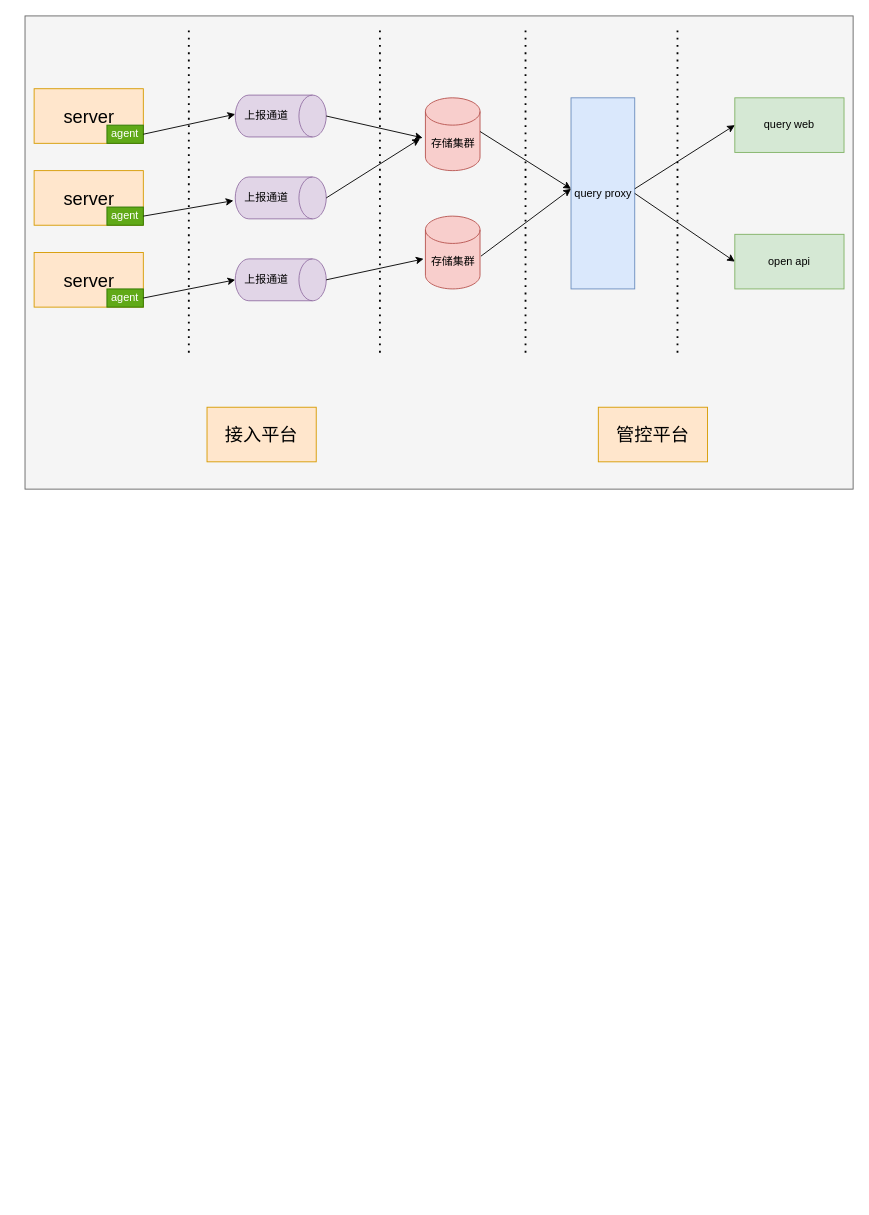
Before: log_platform.drawio in eric-caiyao/darw_io, a draw.io diagram. Source tidied: cells renumbered, new cells numbered last; positions are measured from the earlier drawing's top-left corner, leaving out a move shared by most shapes. Both pictures are drawn from the tidied source at 91%, with x=0, y=0 at pixel (25, 15).
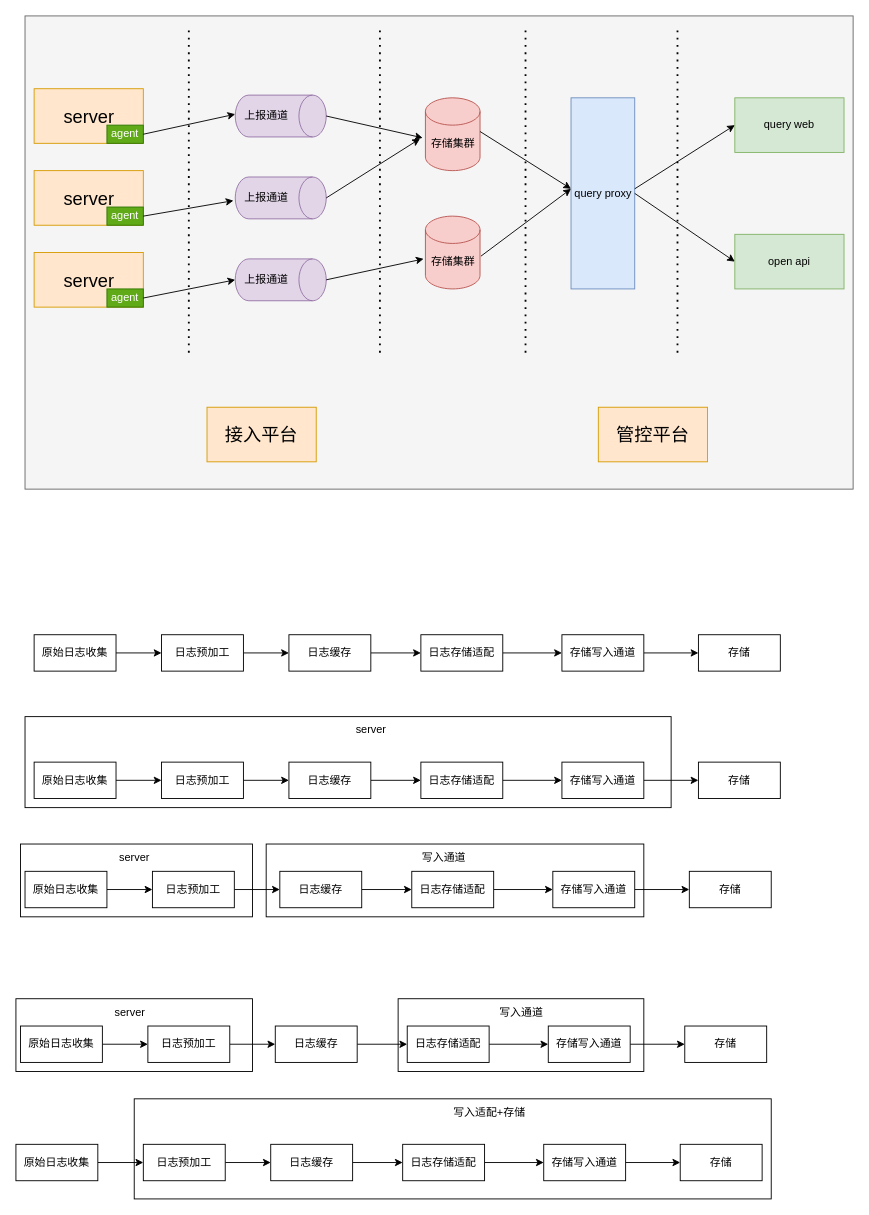
The same diagram, later.

The edit, as a diff of the source:
```diff
@@
+    <mxCell id="42" style="whiteSpace=wrap;html=1;" parent="1" vertex="1">
+      <mxGeometry x="120" y="1190" width="700" height="110" as="geometry" />
+    </mxCell>
+    <mxCell id="43" style="whiteSpace=wrap;html=1;" parent="1" vertex="1">
+      <mxGeometry x="410" y="1080" width="270" height="80" as="geometry" />
+    </mxCell>
+    <mxCell id="44" style="whiteSpace=wrap;html=1;" parent="1" vertex="1">
+      <mxGeometry x="-10" y="1080" width="260" height="80" as="geometry" />
+    </mxCell>
+    <mxCell id="45" style="whiteSpace=wrap;html=1;" parent="1" vertex="1">
+      <mxGeometry x="265" y="910" width="415" height="80" as="geometry" />
+    </mxCell>
+    <mxCell id="46" style="whiteSpace=wrap;html=1;" parent="1" vertex="1">
+      <mxGeometry x="-5" y="910" width="255" height="80" as="geometry" />
+    </mxCell>
+    <mxCell id="47" style="whiteSpace=wrap;html=1;" parent="1" vertex="1">
+      <mxGeometry y="770" width="710" height="100" as="geometry" />
+    </mxCell>
@@
+    <mxCell id="48" style="edgeStyle=orthogonalEdgeStyle;rounded=0;jettySize=auto;html=1;exitX=1;exitY=0.5;exitDx=0;exitDy=0;entryX=0;entryY=0.5;entryDx=0;entryDy=0;" parent="1" edge="1" source="49" target="51">
+      <mxGeometry relative="1" as="geometry" />
+    </mxCell>
+    <mxCell id="49" value="原始日志收集" style="whiteSpace=wrap;html=1;" parent="1" vertex="1">
+      <mxGeometry x="10" y="680" width="90" height="40" as="geometry" />
+    </mxCell>
+    <mxCell id="50" style="edgeStyle=orthogonalEdgeStyle;rounded=0;jettySize=auto;html=1;exitX=1;exitY=0.5;exitDx=0;exitDy=0;entryX=0;entryY=0.5;entryDx=0;entryDy=0;" parent="1" edge="1" source="51" target="53">
+      <mxGeometry relative="1" as="geometry" />
+    </mxCell>
+    <mxCell id="51" value="日志预加工" style="whiteSpace=wrap;html=1;" parent="1" vertex="1">
+      <mxGeometry x="150" y="680" width="90" height="40" as="geometry" />
+    </mxCell>
+    <mxCell id="52" style="edgeStyle=orthogonalEdgeStyle;rounded=0;jettySize=auto;html=1;exitX=1;exitY=0.5;exitDx=0;exitDy=0;entryX=0;entryY=0.5;entryDx=0;entryDy=0;" parent="1" edge="1" source="53" target="55">
+      <mxGeometry relative="1" as="geometry" />
+    </mxCell>
+    <mxCell id="53" value="日志缓存" style="whiteSpace=wrap;html=1;" parent="1" vertex="1">
+      <mxGeometry x="290" y="680" width="90" height="40" as="geometry" />
+    </mxCell>
+    <mxCell id="54" style="edgeStyle=orthogonalEdgeStyle;rounded=0;jettySize=auto;html=1;exitX=1;exitY=0.5;exitDx=0;exitDy=0;entryX=0;entryY=0.5;entryDx=0;entryDy=0;" parent="1" edge="1" source="55" target="57">
+      <mxGeometry relative="1" as="geometry" />
+    </mxCell>
+    <mxCell id="55" value="日志存储适配" style="whiteSpace=wrap;html=1;" parent="1" vertex="1">
+      <mxGeometry x="435" y="680" width="90" height="40" as="geometry" />
+    </mxCell>
+    <mxCell id="56" style="edgeStyle=orthogonalEdgeStyle;rounded=0;jettySize=auto;html=1;exitX=1;exitY=0.5;exitDx=0;exitDy=0;entryX=0;entryY=0.5;entryDx=0;entryDy=0;" parent="1" edge="1" source="57" target="58">
+      <mxGeometry relative="1" as="geometry" />
+    </mxCell>
+    <mxCell id="57" value="存储写入通道" style="whiteSpace=wrap;html=1;" parent="1" vertex="1">
+      <mxGeometry x="590" y="680" width="90" height="40" as="geometry" />
+    </mxCell>
+    <mxCell id="58" value="存储" style="whiteSpace=wrap;html=1;" parent="1" vertex="1">
+      <mxGeometry x="740" y="680" width="90" height="40" as="geometry" />
+    </mxCell>
+    <mxCell id="59" style="edgeStyle=orthogonalEdgeStyle;rounded=0;jettySize=auto;html=1;exitX=1;exitY=0.5;exitDx=0;exitDy=0;entryX=0;entryY=0.5;entryDx=0;entryDy=0;" parent="1" edge="1" source="60" target="62">
+      <mxGeometry relative="1" as="geometry" />
+    </mxCell>
+    <mxCell id="60" value="原始日志收集" style="whiteSpace=wrap;html=1;" parent="1" vertex="1">
+      <mxGeometry x="10" y="820" width="90" height="40" as="geometry" />
+    </mxCell>
+    <mxCell id="61" style="edgeStyle=orthogonalEdgeStyle;rounded=0;jettySize=auto;html=1;exitX=1;exitY=0.5;exitDx=0;exitDy=0;entryX=0;entryY=0.5;entryDx=0;entryDy=0;" parent="1" edge="1" source="62" target="64">
+      <mxGeometry relative="1" as="geometry" />
+    </mxCell>
+    <mxCell id="62" value="日志预加工" style="whiteSpace=wrap;html=1;" parent="1" vertex="1">
+      <mxGeometry x="150" y="820" width="90" height="40" as="geometry" />
+    </mxCell>
+    <mxCell id="63" style="edgeStyle=orthogonalEdgeStyle;rounded=0;jettySize=auto;html=1;exitX=1;exitY=0.5;exitDx=0;exitDy=0;entryX=0;entryY=0.5;entryDx=0;entryDy=0;" parent="1" edge="1" source="64" target="66">
+      <mxGeometry relative="1" as="geometry" />
+    </mxCell>
+    <mxCell id="64" value="日志缓存" style="whiteSpace=wrap;html=1;" parent="1" vertex="1">
+      <mxGeometry x="290" y="820" width="90" height="40" as="geometry" />
+    </mxCell>
+    <mxCell id="65" style="edgeStyle=orthogonalEdgeStyle;rounded=0;jettySize=auto;html=1;exitX=1;exitY=0.5;exitDx=0;exitDy=0;entryX=0;entryY=0.5;entryDx=0;entryDy=0;" parent="1" edge="1" source="66" target="68">
+      <mxGeometry relative="1" as="geometry" />
+    </mxCell>
+    <mxCell id="66" value="日志存储适配" style="whiteSpace=wrap;html=1;" parent="1" vertex="1">
+      <mxGeometry x="435" y="820" width="90" height="40" as="geometry" />
+    </mxCell>
+    <mxCell id="67" style="edgeStyle=orthogonalEdgeStyle;rounded=0;jettySize=auto;html=1;exitX=1;exitY=0.5;exitDx=0;exitDy=0;entryX=0;entryY=0.5;entryDx=0;entryDy=0;" parent="1" edge="1" source="68" target="69">
+      <mxGeometry relative="1" as="geometry" />
+    </mxCell>
+    <mxCell id="68" value="存储写入通道" style="whiteSpace=wrap;html=1;" parent="1" vertex="1">
+      <mxGeometry x="590" y="820" width="90" height="40" as="geometry" />
+    </mxCell>
+    <mxCell id="69" value="存储" style="whiteSpace=wrap;html=1;" parent="1" vertex="1">
+      <mxGeometry x="740" y="820" width="90" height="40" as="geometry" />
+    </mxCell>
+    <mxCell id="70" value="server" style="text;html=1;align=center;verticalAlign=middle;strokeColor=none;fillColor=none;" parent="1" vertex="1">
+      <mxGeometry x="350" y="770" width="60" height="30" as="geometry" />
+    </mxCell>
+    <mxCell id="71" style="edgeStyle=orthogonalEdgeStyle;rounded=0;jettySize=auto;html=1;exitX=1;exitY=0.5;exitDx=0;exitDy=0;entryX=0;entryY=0.5;entryDx=0;entryDy=0;" parent="1" edge="1" source="72" target="74">
+      <mxGeometry relative="1" as="geometry" />
+    </mxCell>
+    <mxCell id="72" value="原始日志收集" style="whiteSpace=wrap;html=1;" parent="1" vertex="1">
+      <mxGeometry y="940" width="90" height="40" as="geometry" />
+    </mxCell>
+    <mxCell id="73" style="edgeStyle=orthogonalEdgeStyle;rounded=0;jettySize=auto;html=1;exitX=1;exitY=0.5;exitDx=0;exitDy=0;entryX=0;entryY=0.5;entryDx=0;entryDy=0;" parent="1" edge="1" source="74" target="76">
+      <mxGeometry relative="1" as="geometry" />
+    </mxCell>
+    <mxCell id="74" value="日志预加工" style="whiteSpace=wrap;html=1;" parent="1" vertex="1">
+      <mxGeometry x="140" y="940" width="90" height="40" as="geometry" />
+    </mxCell>
+    <mxCell id="75" style="edgeStyle=orthogonalEdgeStyle;rounded=0;jettySize=auto;html=1;exitX=1;exitY=0.5;exitDx=0;exitDy=0;entryX=0;entryY=0.5;entryDx=0;entryDy=0;" parent="1" edge="1" source="76" target="78">
+      <mxGeometry relative="1" as="geometry" />
+    </mxCell>
+    <mxCell id="76" value="日志缓存" style="whiteSpace=wrap;html=1;" parent="1" vertex="1">
+      <mxGeometry x="280" y="940" width="90" height="40" as="geometry" />
+    </mxCell>
+    <mxCell id="77" style="edgeStyle=orthogonalEdgeStyle;rounded=0;jettySize=auto;html=1;exitX=1;exitY=0.5;exitDx=0;exitDy=0;entryX=0;entryY=0.5;entryDx=0;entryDy=0;" parent="1" edge="1" source="78" target="80">
+      <mxGeometry relative="1" as="geometry" />
+    </mxCell>
+    <mxCell id="78" value="日志存储适配" style="whiteSpace=wrap;html=1;" parent="1" vertex="1">
+      <mxGeometry x="425" y="940" width="90" height="40" as="geometry" />
+    </mxCell>
+    <mxCell id="79" style="edgeStyle=orthogonalEdgeStyle;rounded=0;jettySize=auto;html=1;exitX=1;exitY=0.5;exitDx=0;exitDy=0;entryX=0;entryY=0.5;entryDx=0;entryDy=0;" parent="1" edge="1" source="80" target="81">
+      <mxGeometry relative="1" as="geometry" />
+    </mxCell>
+    <mxCell id="80" value="存储写入通道" style="whiteSpace=wrap;html=1;" parent="1" vertex="1">
+      <mxGeometry x="580" y="940" width="90" height="40" as="geometry" />
+    </mxCell>
+    <mxCell id="81" value="存储" style="whiteSpace=wrap;html=1;" parent="1" vertex="1">
+      <mxGeometry x="730" y="940" width="90" height="40" as="geometry" />
+    </mxCell>
+    <mxCell id="82" value="server" style="text;html=1;align=center;verticalAlign=middle;strokeColor=none;fillColor=none;" parent="1" vertex="1">
+      <mxGeometry x="90" y="910" width="60" height="30" as="geometry" />
+    </mxCell>
+    <mxCell id="83" value="写入通道" style="text;html=1;align=center;verticalAlign=middle;strokeColor=none;fillColor=none;" parent="1" vertex="1">
+      <mxGeometry x="425" y="910" width="70" height="30" as="geometry" />
+    </mxCell>
+    <mxCell id="84" style="edgeStyle=orthogonalEdgeStyle;rounded=0;jettySize=auto;html=1;exitX=1;exitY=0.5;exitDx=0;exitDy=0;entryX=0;entryY=0.5;entryDx=0;entryDy=0;" parent="1" edge="1" source="85" target="87">
+      <mxGeometry relative="1" as="geometry" />
+    </mxCell>
+    <mxCell id="85" value="原始日志收集" style="whiteSpace=wrap;html=1;" parent="1" vertex="1">
+      <mxGeometry x="-5" y="1110" width="90" height="40" as="geometry" />
+    </mxCell>
+    <mxCell id="86" style="edgeStyle=orthogonalEdgeStyle;rounded=0;jettySize=auto;html=1;exitX=1;exitY=0.5;exitDx=0;exitDy=0;entryX=0;entryY=0.5;entryDx=0;entryDy=0;" parent="1" edge="1" source="87" target="89">
+      <mxGeometry relative="1" as="geometry" />
+    </mxCell>
+    <mxCell id="87" value="日志预加工" style="whiteSpace=wrap;html=1;" parent="1" vertex="1">
+      <mxGeometry x="135" y="1110" width="90" height="40" as="geometry" />
+    </mxCell>
+    <mxCell id="88" style="edgeStyle=orthogonalEdgeStyle;rounded=0;jettySize=auto;html=1;exitX=1;exitY=0.5;exitDx=0;exitDy=0;entryX=0;entryY=0.5;entryDx=0;entryDy=0;" parent="1" edge="1" source="89" target="91">
+      <mxGeometry relative="1" as="geometry" />
+    </mxCell>
+    <mxCell id="89" value="日志缓存" style="whiteSpace=wrap;html=1;" parent="1" vertex="1">
+      <mxGeometry x="275" y="1110" width="90" height="40" as="geometry" />
+    </mxCell>
+    <mxCell id="90" style="edgeStyle=orthogonalEdgeStyle;rounded=0;jettySize=auto;html=1;exitX=1;exitY=0.5;exitDx=0;exitDy=0;entryX=0;entryY=0.5;entryDx=0;entryDy=0;" parent="1" edge="1" source="91" target="93">
+      <mxGeometry relative="1" as="geometry" />
+    </mxCell>
+    <mxCell id="91" value="日志存储适配" style="whiteSpace=wrap;html=1;" parent="1" vertex="1">
+      <mxGeometry x="420" y="1110" width="90" height="40" as="geometry" />
+    </mxCell>
+    <mxCell id="92" style="edgeStyle=orthogonalEdgeStyle;rounded=0;jettySize=auto;html=1;exitX=1;exitY=0.5;exitDx=0;exitDy=0;entryX=0;entryY=0.5;entryDx=0;entryDy=0;" parent="1" edge="1" source="93" target="94">
+      <mxGeometry relative="1" as="geometry" />
+    </mxCell>
+    <mxCell id="93" value="存储写入通道" style="whiteSpace=wrap;html=1;" parent="1" vertex="1">
+      <mxGeometry x="575" y="1110" width="90" height="40" as="geometry" />
+    </mxCell>
+    <mxCell id="94" value="存储" style="whiteSpace=wrap;html=1;" parent="1" vertex="1">
+      <mxGeometry x="725" y="1110" width="90" height="40" as="geometry" />
+    </mxCell>
+    <mxCell id="95" value="server" style="text;html=1;align=center;verticalAlign=middle;strokeColor=none;fillColor=none;" parent="1" vertex="1">
+      <mxGeometry x="85" y="1080" width="60" height="30" as="geometry" />
+    </mxCell>
+    <mxCell id="96" value="写入通道" style="text;html=1;align=center;verticalAlign=middle;strokeColor=none;fillColor=none;" parent="1" vertex="1">
+      <mxGeometry x="510" y="1080" width="70" height="30" as="geometry" />
+    </mxCell>
+    <mxCell id="97" style="edgeStyle=orthogonalEdgeStyle;rounded=0;jettySize=auto;html=1;exitX=1;exitY=0.5;exitDx=0;exitDy=0;entryX=0;entryY=0.5;entryDx=0;entryDy=0;" parent="1" edge="1" source="98" target="100">
+      <mxGeometry relative="1" as="geometry" />
+    </mxCell>
+    <mxCell id="98" value="原始日志收集" style="whiteSpace=wrap;html=1;" parent="1" vertex="1">
+      <mxGeometry x="-10" y="1240" width="90" height="40" as="geometry" />
+    </mxCell>
+    <mxCell id="99" style="edgeStyle=orthogonalEdgeStyle;rounded=0;jettySize=auto;html=1;exitX=1;exitY=0.5;exitDx=0;exitDy=0;entryX=0;entryY=0.5;entryDx=0;entryDy=0;" parent="1" edge="1" source="100" target="102">
+      <mxGeometry relative="1" as="geometry" />
+    </mxCell>
+    <mxCell id="100" value="日志预加工" style="whiteSpace=wrap;html=1;" parent="1" vertex="1">
+      <mxGeometry x="130" y="1240" width="90" height="40" as="geometry" />
+    </mxCell>
+    <mxCell id="101" style="edgeStyle=orthogonalEdgeStyle;rounded=0;jettySize=auto;html=1;exitX=1;exitY=0.5;exitDx=0;exitDy=0;entryX=0;entryY=0.5;entryDx=0;entryDy=0;" parent="1" edge="1" source="102" target="104">
+      <mxGeometry relative="1" as="geometry" />
+    </mxCell>
+    <mxCell id="102" value="日志缓存" style="whiteSpace=wrap;html=1;" parent="1" vertex="1">
+      <mxGeometry x="270" y="1240" width="90" height="40" as="geometry" />
+    </mxCell>
+    <mxCell id="103" style="edgeStyle=orthogonalEdgeStyle;rounded=0;jettySize=auto;html=1;exitX=1;exitY=0.5;exitDx=0;exitDy=0;entryX=0;entryY=0.5;entryDx=0;entryDy=0;" parent="1" edge="1" source="104" target="106">
+      <mxGeometry relative="1" as="geometry" />
+    </mxCell>
+    <mxCell id="104" value="日志存储适配" style="whiteSpace=wrap;html=1;" parent="1" vertex="1">
+      <mxGeometry x="415" y="1240" width="90" height="40" as="geometry" />
+    </mxCell>
+    <mxCell id="105" style="edgeStyle=orthogonalEdgeStyle;rounded=0;jettySize=auto;html=1;exitX=1;exitY=0.5;exitDx=0;exitDy=0;entryX=0;entryY=0.5;entryDx=0;entryDy=0;" parent="1" edge="1" source="106" target="107">
+      <mxGeometry relative="1" as="geometry" />
+    </mxCell>
+    <mxCell id="106" value="存储写入通道" style="whiteSpace=wrap;html=1;" parent="1" vertex="1">
+      <mxGeometry x="570" y="1240" width="90" height="40" as="geometry" />
+    </mxCell>
+    <mxCell id="107" value="存储" style="whiteSpace=wrap;html=1;" parent="1" vertex="1">
+      <mxGeometry x="720" y="1240" width="90" height="40" as="geometry" />
+    </mxCell>
+    <mxCell id="108" value="写入适配+存储" style="text;html=1;align=center;verticalAlign=middle;strokeColor=none;fillColor=none;" parent="1" vertex="1">
+      <mxGeometry x="460" y="1190" width="100" height="30" as="geometry" />
+    </mxCell>
```
